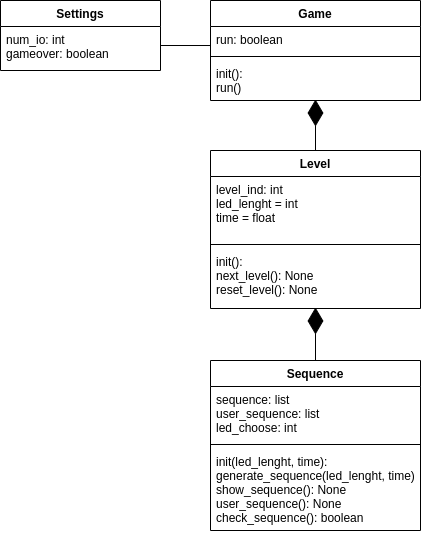
The draw.io diagram Class diagram.png in Flaviu123/LED_MindGame, before a commit. Source tidied: cells renumbered, new cells last; positions are measured from the earlier drawing's top-left corner, leaving out a move shared by most shapes.
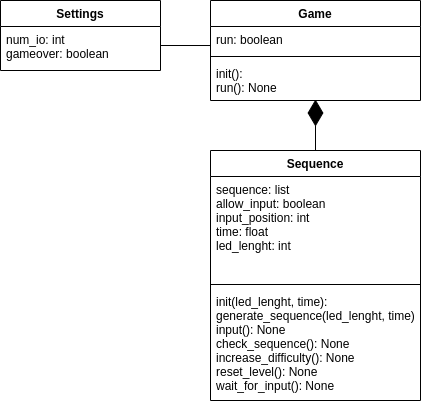
The same file after the commit.

Commit message:
class diagram exported to png

The edit, as a diff of the source:
```diff
@@ -17,43 +17,30 @@
     <mxCell id="6" style="line;strokeWidth=1;fillColor=none;align=left;verticalAlign=middle;spacingTop=-1;spacingLeft=3;spacingRight=3;labelPosition=right;" parent="4" vertex="1">
       <mxGeometry y="52" width="210" height="8" as="geometry" />
     </mxCell>
-    <mxCell id="7" value="init():&#10;run()&#10;" style="text;strokeColor=none;fillColor=none;align=left;verticalAlign=top;spacingLeft=4;spacingRight=4;overflow=hidden;points=[[0,0.5],[1,0.5]];portConstraint=eastwest;" parent="4" vertex="1">
+    <mxCell id="7" value="init():&#10;run(): None&#10;" style="text;strokeColor=none;fillColor=none;align=left;verticalAlign=top;spacingLeft=4;spacingRight=4;overflow=hidden;points=[[0,0.5],[1,0.5]];portConstraint=eastwest;" parent="4" vertex="1">
       <mxGeometry y="60" width="210" height="40" as="geometry" />
     </mxCell>
     <mxCell id="8" value="Sequence" style="swimlane;fontStyle=1;align=center;verticalAlign=top;horizontal=1;startSize=26;" parent="1" vertex="1">
-      <mxGeometry x="210" y="360" width="210" height="170" as="geometry" />
+      <mxGeometry x="210" y="150" width="210" height="250" as="geometry" />
     </mxCell>
-    <mxCell id="9" value="sequence: list&#10;user_sequence: list&#10;led_choose: int&#10;" style="text;strokeColor=none;fillColor=none;align=left;verticalAlign=top;spacingLeft=4;spacingRight=4;overflow=hidden;" parent="8" vertex="1">
-      <mxGeometry y="26" width="210" height="54" as="geometry" />
+    <mxCell id="9" value="sequence: list&#10;allow_input: boolean&#10;input_position: int&#10;time: float&#10;led_lenght: int" style="text;strokeColor=none;fillColor=none;align=left;verticalAlign=top;spacingLeft=4;spacingRight=4;overflow=hidden;" parent="8" vertex="1">
+      <mxGeometry y="26" width="210" height="104" as="geometry" />
     </mxCell>
     <mxCell id="10" style="line;strokeWidth=1;fillColor=none;align=left;verticalAlign=middle;spacingTop=-1;spacingLeft=3;spacingRight=3;labelPosition=right;" parent="8" vertex="1">
-      <mxGeometry y="80" width="210" height="8" as="geometry" />
+      <mxGeometry y="130" width="210" height="8" as="geometry" />
     </mxCell>
-    <mxCell id="11" value="init(led_lenght, time):&#10;generate_sequence(led_lenght, time)&#10;show_sequence(): None&#10;user_sequence(): None&#10;check_sequence(): boolean" style="text;strokeColor=none;fillColor=none;align=left;verticalAlign=top;spacingLeft=4;spacingRight=4;overflow=hidden;" parent="8" vertex="1">
-      <mxGeometry y="88" width="210" height="82" as="geometry" />
+    <mxCell id="11" value="init(led_lenght, time):&#10;generate_sequence(led_lenght, time)&#10;input(): None&#10;check_sequence(): None&#10;increase_difficulty(): None&#10;reset_level(): None&#10;wait_for_input(): None" style="text;strokeColor=none;fillColor=none;align=left;verticalAlign=top;spacingLeft=4;spacingRight=4;overflow=hidden;" parent="8" vertex="1">
+      <mxGeometry y="138" width="210" height="112" as="geometry" />
     </mxCell>
-    <mxCell id="12" value="Level" style="swimlane;fontStyle=1;align=center;verticalAlign=top;horizontal=1;startSize=26;" parent="1" vertex="1">
-      <mxGeometry x="210" y="150" width="210" height="158" as="geometry" />
-    </mxCell>
-    <mxCell id="13" value="level_ind: int&#10;led_lenght = int&#10;time = float" style="text;strokeColor=none;fillColor=none;align=left;verticalAlign=top;spacingLeft=4;spacingRight=4;overflow=hidden;" parent="12" vertex="1">
-      <mxGeometry y="26" width="210" height="64" as="geometry" />
-    </mxCell>
-    <mxCell id="14" style="line;strokeWidth=1;fillColor=none;align=left;verticalAlign=middle;spacingTop=-1;spacingLeft=3;spacingRight=3;labelPosition=right;" parent="12" vertex="1">
-      <mxGeometry y="90" width="210" height="8" as="geometry" />
-    </mxCell>
-    <mxCell id="15" value="init():&#10;next_level(): None&#10;reset_level(): None" style="text;strokeColor=none;fillColor=none;align=left;verticalAlign=top;spacingLeft=4;spacingRight=4;overflow=hidden;points=[[0,0.5],[1,0.5]];portConstraint=eastwest;" parent="12" vertex="1">
-      <mxGeometry y="98" width="210" height="60" as="geometry" />
-    </mxCell>
     <mxCell id="16" style="endArrow=none;html=1;rounded=0;exitX=0;exitY=0.731;exitDx=0;exitDy=0;exitPerimeter=0;" parent="1" edge="1" source="5">
       <mxGeometry relative="1" as="geometry">
         <mxPoint x="160" y="45" as="targetPoint" />
       </mxGeometry>
     </mxCell>
-    <mxCell id="17" style="endArrow=diamondThin;endFill=1;endSize=24;html=1;rounded=0;entryX=0.5;entryY=0.983;entryDx=0;entryDy=0;entryPerimeter=0;exitX=0.5;exitY=0;exitDx=0;exitDy=0;" parent="1" edge="1" source="8" target="15">
-      <mxGeometry relative="1" as="geometry" />
-    </mxCell>
-    <mxCell id="18" style="endArrow=diamondThin;endFill=1;endSize=24;html=1;rounded=0;entryX=0.5;entryY=0.975;entryDx=0;entryDy=0;entryPerimeter=0;exitX=0.5;exitY=0;exitDx=0;exitDy=0;" parent="1" edge="1" source="12" target="7">
-      <mxGeometry relative="1" as="geometry" />
+    <mxCell id="18" style="endArrow=diamondThin;endFill=1;endSize=24;html=1;rounded=0;entryX=0.5;entryY=0.975;entryDx=0;entryDy=0;entryPerimeter=0;exitX=0.5;exitY=0;exitDx=0;exitDy=0;" parent="1" edge="1" target="7">
+      <mxGeometry relative="1" as="geometry">
+        <mxPoint x="315" y="150" as="sourcePoint" />
+      </mxGeometry>
     </mxCell>
   </root>
 </mxGraphModel>
```
